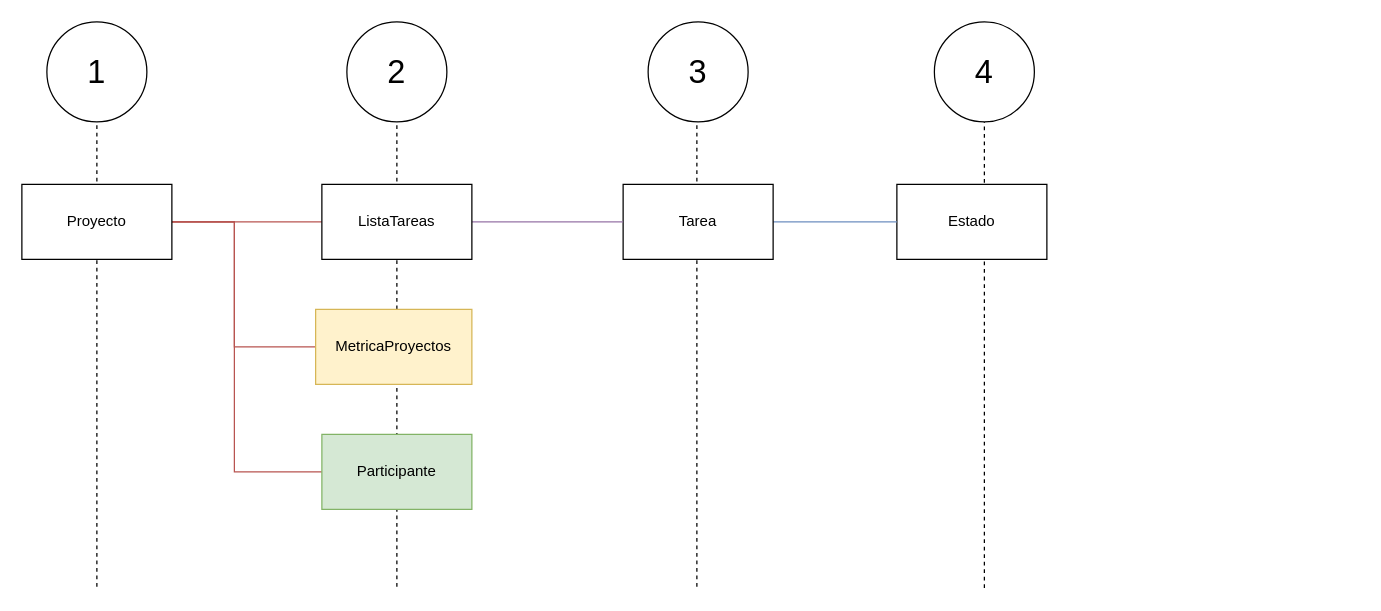
Above: page "EventStormingMapingProjects" (14 of 14) of CoTasker_BoundedContext.drawio in Migue1409-KP/DOO-working-group (draw.io), before the change. Source tidied: cells renumbered, new cells numbered last; positions are measured from the earlier drawing's top-left corner, leaving out a move shared by most shapes. Both pictures are drawn from the tidied source at 125%, with x=0, y=0 at pixel (21, 21).
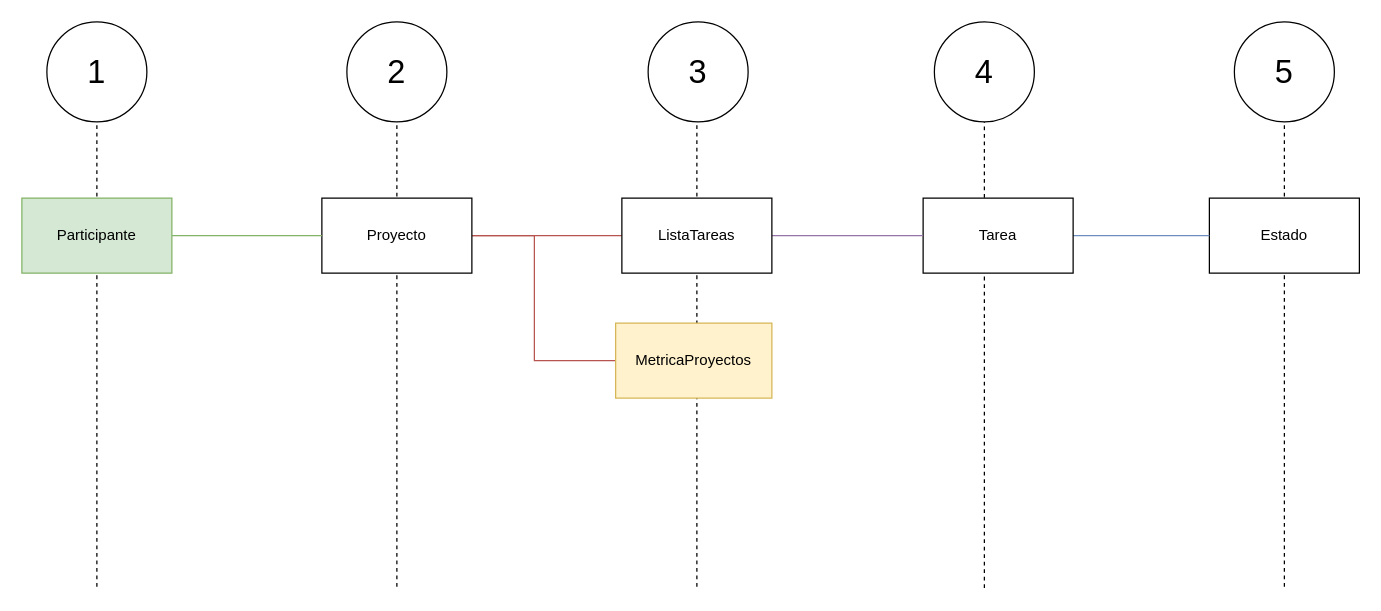
The same page after the edit.

Change to the diagram source:
```diff
@@
+    <mxCell id="21" style="endArrow=none;dashed=1;html=1;rounded=0;entryX=0.5;entryY=0;entryDx=0;entryDy=0;" parent="1" edge="1" target="23">
+      <mxGeometry relative="1" as="geometry">
+        <mxPoint x="1010" y="451.8" as="sourcePoint" />
+      </mxGeometry>
+    </mxCell>
@@
     <mxCell id="5" value="Estado" style="rounded=0;whiteSpace=wrap;html=1;" parent="1" vertex="1">
-      <mxGeometry x="700" y="130" width="120" height="60" as="geometry" />
+      <mxGeometry x="950" y="141" width="120" height="60" as="geometry" />
     </mxCell>
@@
     <mxCell id="7" style="edgeStyle=orthogonalEdgeStyle;rounded=0;jettySize=auto;html=1;endArrow=none;endFill=0;fillColor=#f8cecc;strokeColor=#b85450;exitX=1;exitY=0.5;exitDx=0;exitDy=0;" parent="1" edge="1" source="9" target="15">
       <mxGeometry relative="1" as="geometry">
         <Array as="points">
-          <mxPoint x="170" y="160" />
-          <mxPoint x="170" y="260" />
+          <mxPoint x="410" y="171" />
+          <mxPoint x="410" y="271" />
         </Array>
       </mxGeometry>
     </mxCell>
-    <mxCell id="8" style="edgeStyle=orthogonalEdgeStyle;rounded=0;jettySize=auto;html=1;endArrow=none;endFill=0;fillColor=#f8cecc;strokeColor=#b85450;exitX=1;exitY=0.5;exitDx=0;exitDy=0;" parent="1" edge="1" source="9" target="10">
-      <mxGeometry relative="1" as="geometry">
-        <Array as="points">
-          <mxPoint x="170" y="160" />
-          <mxPoint x="170" y="360" />
-        </Array>
-      </mxGeometry>
-    </mxCell>
     <mxCell id="9" value="Proyecto" style="rounded=0;whiteSpace=wrap;html=1;" parent="1" vertex="1">
-      <mxGeometry y="130" width="120" height="60" as="geometry" />
+      <mxGeometry x="240" y="141" width="120" height="60" as="geometry" />
     </mxCell>
+    <mxCell id="22" style="edgeStyle=orthogonalEdgeStyle;rounded=0;jettySize=auto;html=1;endArrow=none;endFill=0;fillColor=#d5e8d4;strokeColor=#82b366;" parent="1" edge="1" source="10" target="9">
+      <mxGeometry relative="1" as="geometry" />
+    </mxCell>
     <mxCell id="10" value="Participante" style="rounded=0;whiteSpace=wrap;html=1;fillColor=#d5e8d4;strokeColor=#82b366;" parent="1" vertex="1">
-      <mxGeometry x="240" y="330" width="120" height="60" as="geometry" />
+      <mxGeometry y="141" width="120" height="60" as="geometry" />
     </mxCell>
@@
     <mxCell id="13" value="Tarea" style="rounded=0;whiteSpace=wrap;html=1;" parent="1" vertex="1">
-      <mxGeometry x="481" y="130" width="120" height="60" as="geometry" />
+      <mxGeometry x="721" y="141" width="120" height="60" as="geometry" />
     </mxCell>
@@
     <mxCell id="15" value="MetricaProyectos" style="rounded=0;whiteSpace=wrap;html=1;fillColor=#fff2cc;strokeColor=#d6b656;" parent="1" vertex="1">
-      <mxGeometry x="235" y="230" width="125" height="60" as="geometry" />
+      <mxGeometry x="475" y="241" width="125" height="60" as="geometry" />
     </mxCell>
@@
     <mxCell id="20" value="ListaTareas" style="rounded=0;whiteSpace=wrap;html=1;" parent="1" vertex="1">
-      <mxGeometry x="240" y="130" width="120" height="60" as="geometry" />
+      <mxGeometry x="480" y="141" width="120" height="60" as="geometry" />
     </mxCell>
+    <mxCell id="23" value="&lt;font style=&quot;font-size: 26px;&quot;&gt;5&lt;/font&gt;" style="ellipse;whiteSpace=wrap;html=1;" parent="1" vertex="1">
+      <mxGeometry x="970" width="80" height="80" as="geometry" />
+    </mxCell>
```
